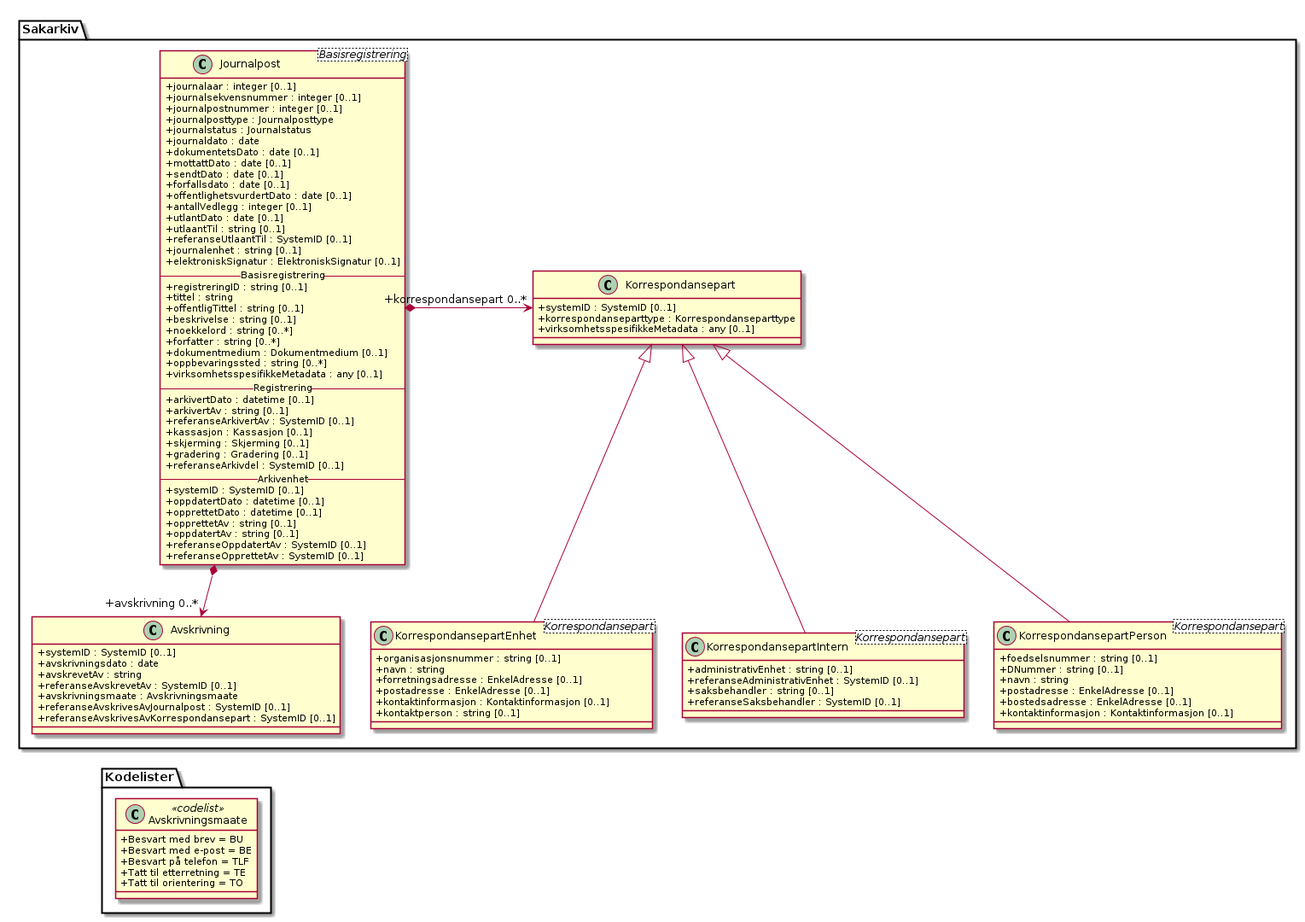
Above: kapitler/media/uml-klasse-avskrivning.png in arkivverket/noark5-tjenestegrensesnitt-standard (PlantUML), before the change.
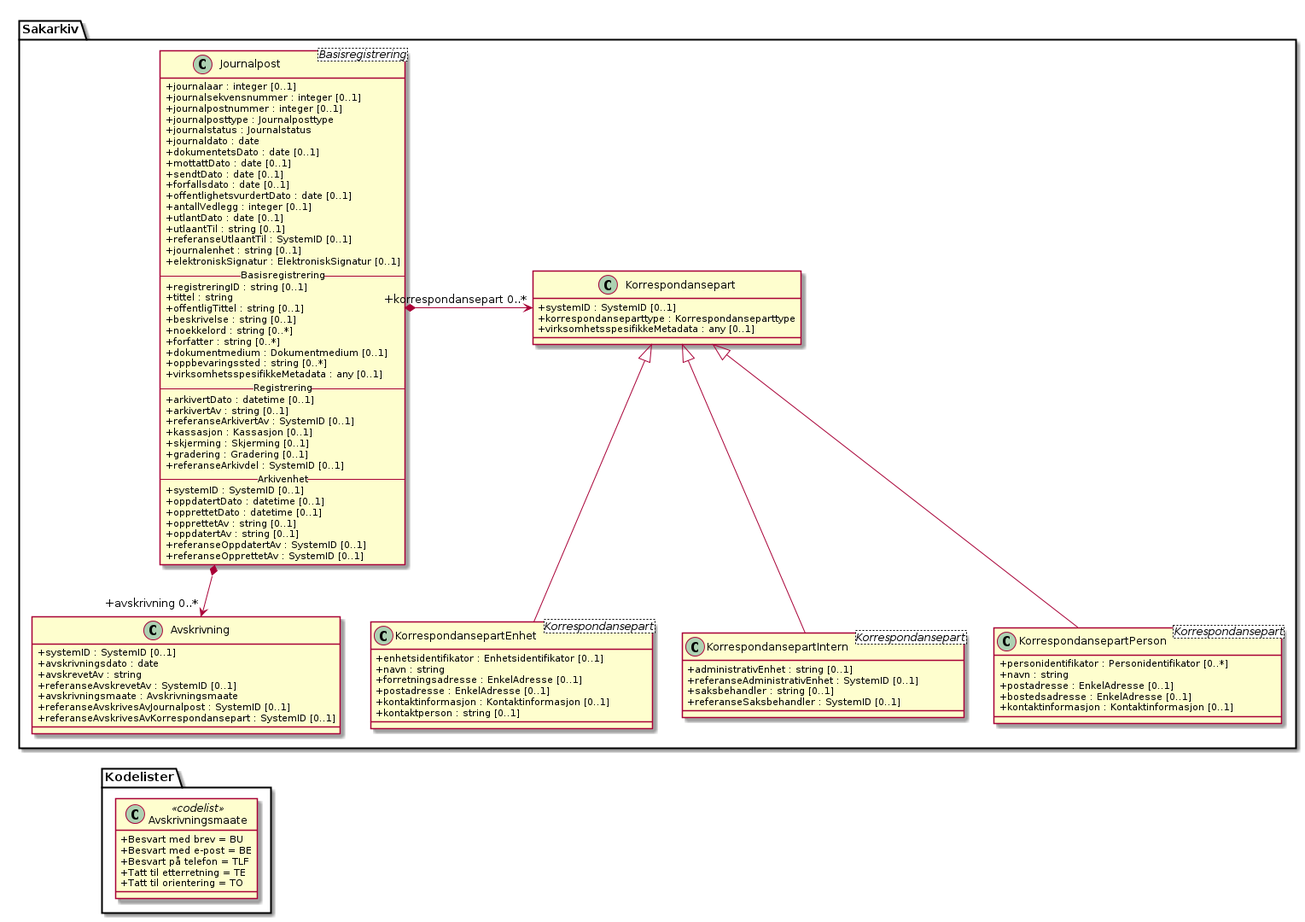
The same diagram one commit later.

Diff of the diagram source:
```diff
@@ -55,15 +55,14 @@
   +virksomhetsspesifikkeMetadata : any [0..1]
 }
 class Sakarkiv.KorrespondansepartPerson <Korrespondansepart> {
-  +foedselsnummer : string [0..1]
-  +DNummer : string [0..1]
+  +personidentifikator : Personidentifikator [0..*]
   +navn : string
   +postadresse : EnkelAdresse [0..1]
   +bostedsadresse : EnkelAdresse [0..1]
   +kontaktinformasjon : Kontaktinformasjon [0..1]
 }
 class Sakarkiv.KorrespondansepartEnhet <Korrespondansepart> {
-  +organisasjonsnummer : string [0..1]
+  +enhetsidentifikator : Enhetsidentifikator [0..1]
   +navn : string
   +forretningsadresse : EnkelAdresse [0..1]
   +postadresse : EnkelAdresse [0..1]
```
